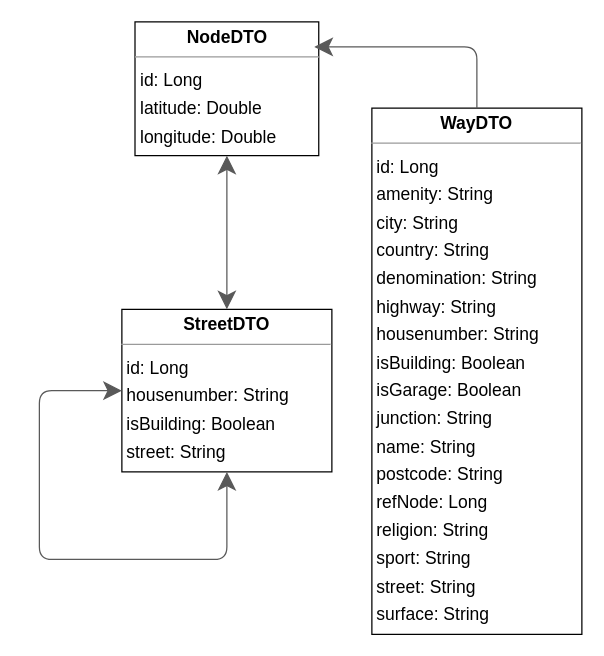
This is src/main/resources/drawio/entityRelation.drawio from alexander-wiltz/osm-pathifinding, a draw.io file, before an edit. Source tidied: cells renumbered, new cells numbered last; positions are measured from the earlier drawing's top-left corner, leaving out a move shared by most shapes. Both pictures are drawn from the tidied source at 125%, with x=0, y=0 at pixel (39, 21).
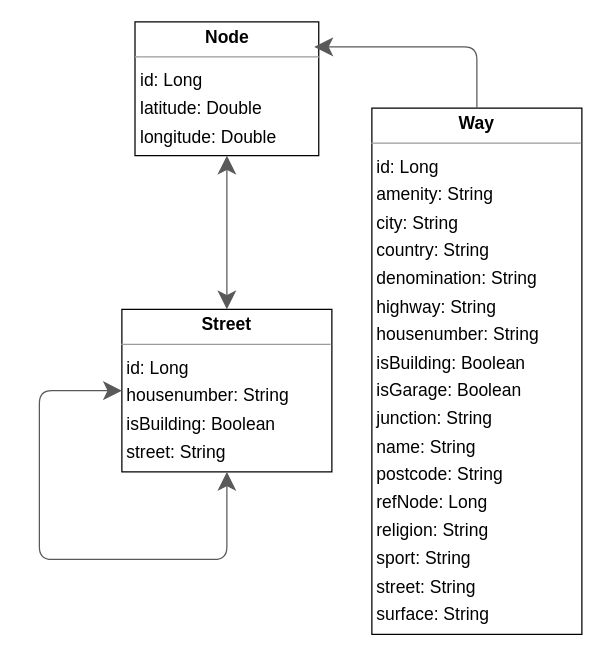
The same page after the edit.

What changed in the source:
```diff
@@
 <mxGraphModel>
   <root>
     <mxCell id="0" />
     <mxCell id="1" parent="0" />
-    <mxCell id="2" value="&lt;p style=&quot;margin:0px;margin-top:4px;text-align:center;&quot;&gt;&lt;b&gt;NodeDTO&lt;/b&gt;&lt;/p&gt;&lt;hr size=&quot;1&quot;/&gt;&lt;p style=&quot;margin:0 0 0 4px;line-height:1.6;&quot;&gt; id:  Long &lt;br/&gt; latitude:  Double &lt;br/&gt; longitude:  Double &lt;/p&gt;" style="verticalAlign=top;align=left;overflow=fill;fontSize=14;fontFamily=Helvetica;html=1;rounded=0;shadow=0;comic=0;labelBackgroundColor=none;strokeWidth=1;" parent="1" vertex="1">
+    <mxCell id="2" value="&lt;p style=&quot;margin:0px;margin-top:4px;text-align:center;&quot;&gt;&lt;b&gt;Node&lt;/b&gt;&lt;/p&gt;&lt;hr size=&quot;1&quot;&gt;&lt;p style=&quot;margin:0 0 0 4px;line-height:1.6;&quot;&gt; id:  Long &lt;br&gt; latitude:  Double &lt;br&gt; longitude:  Double &lt;/p&gt;" style="verticalAlign=top;align=left;overflow=fill;fontSize=14;fontFamily=Helvetica;html=1;rounded=0;shadow=0;comic=0;labelBackgroundColor=none;strokeWidth=1;" parent="1" vertex="1">
       <mxGeometry x="76.5" width="147" height="107" as="geometry" />
     </mxCell>
-    <mxCell id="3" value="&lt;p style=&quot;margin:0px;margin-top:4px;text-align:center;&quot;&gt;&lt;b&gt;StreetDTO&lt;/b&gt;&lt;/p&gt;&lt;hr size=&quot;1&quot;/&gt;&lt;p style=&quot;margin:0 0 0 4px;line-height:1.6;&quot;&gt; id:  Long &lt;br/&gt; housenumber:  String &lt;br/&gt; isBuilding:  Boolean &lt;br/&gt; street:  String &lt;/p&gt;" style="verticalAlign=top;align=left;overflow=fill;fontSize=14;fontFamily=Helvetica;html=1;rounded=0;shadow=0;comic=0;labelBackgroundColor=none;strokeWidth=1;" parent="1" vertex="1">
+    <mxCell id="3" value="&lt;p style=&quot;margin:0px;margin-top:4px;text-align:center;&quot;&gt;&lt;b&gt;Street&lt;/b&gt;&lt;/p&gt;&lt;hr size=&quot;1&quot;&gt;&lt;p style=&quot;margin:0 0 0 4px;line-height:1.6;&quot;&gt; id:  Long &lt;br&gt; housenumber:  String &lt;br&gt; isBuilding:  Boolean &lt;br&gt; street:  String &lt;/p&gt;" style="verticalAlign=top;align=left;overflow=fill;fontSize=14;fontFamily=Helvetica;html=1;rounded=0;shadow=0;comic=0;labelBackgroundColor=none;strokeWidth=1;" parent="1" vertex="1">
       <mxGeometry x="66" y="230" width="168" height="130" as="geometry" />
     </mxCell>
-    <mxCell id="4" value="&lt;p style=&quot;margin:0px;margin-top:4px;text-align:center;&quot;&gt;&lt;b&gt;WayDTO&lt;/b&gt;&lt;/p&gt;&lt;hr size=&quot;1&quot;/&gt;&lt;p style=&quot;margin:0 0 0 4px;line-height:1.6;&quot;&gt; id:  Long &lt;br/&gt; amenity:  String &lt;br/&gt; city:  String &lt;br/&gt; country:  String &lt;br/&gt; denomination:  String &lt;br/&gt; highway:  String &lt;br/&gt; housenumber:  String &lt;br/&gt; isBuilding:  Boolean &lt;br/&gt; isGarage:  Boolean &lt;br/&gt; junction:  String &lt;br/&gt; name:  String &lt;br/&gt; postcode:  String &lt;br/&gt; refNode:  Long &lt;br/&gt; religion:  String &lt;br/&gt; sport:  String &lt;br/&gt; street:  String &lt;br/&gt; surface:  String &lt;/p&gt;" style="verticalAlign=top;align=left;overflow=fill;fontSize=14;fontFamily=Helvetica;html=1;rounded=0;shadow=0;comic=0;labelBackgroundColor=none;strokeWidth=1;" parent="1" vertex="1">
+    <mxCell id="4" value="&lt;p style=&quot;margin:0px;margin-top:4px;text-align:center;&quot;&gt;&lt;b&gt;Way&lt;/b&gt;&lt;/p&gt;&lt;hr size=&quot;1&quot;&gt;&lt;p style=&quot;margin:0 0 0 4px;line-height:1.6;&quot;&gt; id:  Long &lt;br&gt; amenity:  String &lt;br&gt; city:  String &lt;br&gt; country:  String &lt;br&gt; denomination:  String &lt;br&gt; highway:  String &lt;br&gt; housenumber:  String &lt;br&gt; isBuilding:  Boolean &lt;br&gt; isGarage:  Boolean &lt;br&gt; junction:  String &lt;br&gt; name:  String &lt;br&gt; postcode:  String &lt;br&gt; refNode:  Long &lt;br&gt; religion:  String &lt;br&gt; sport:  String &lt;br&gt; street:  String &lt;br&gt; surface:  String &lt;/p&gt;" style="verticalAlign=top;align=left;overflow=fill;fontSize=14;fontFamily=Helvetica;html=1;rounded=0;shadow=0;comic=0;labelBackgroundColor=none;strokeWidth=1;" parent="1" vertex="1">
       <mxGeometry x="266" y="69" width="168" height="421" as="geometry" />
     </mxCell>
     <mxCell id="5" style="html=1;rounded=1;edgeStyle=orthogonalEdgeStyle;dashed=0;startArrow=classic;startSize=12;endArrow=classic;endSize=12;strokeColor=#595959;exitX=0.500;exitY=0.000;exitDx=0;exitDy=0;entryX=0.500;entryY=1.000;entryDx=0;entryDy=0;" parent="1" edge="1" source="3" target="2">
       <mxGeometry relative="1" as="geometry" />
     </mxCell>
     <mxCell id="6" style="html=1;rounded=1;edgeStyle=orthogonalEdgeStyle;dashed=0;startArrow=classic;startSize=12;endArrow=classic;endSize=12;strokeColor=#595959;exitX=0.000;exitY=0.500;exitDx=0;exitDy=0;entryX=0.500;entryY=1.000;entryDx=0;entryDy=0;" parent="1" edge="1" source="3" target="3">
       <mxGeometry relative="1" as="geometry">
         <Array as="points">
           <mxPoint y="295" />
           <mxPoint y="430" />
           <mxPoint x="150" y="430" />
         </Array>
       </mxGeometry>
     </mxCell>
     <mxCell id="7" style="html=1;rounded=1;edgeStyle=orthogonalEdgeStyle;dashed=0;startArrow=none;endArrow=classic;endSize=12;strokeColor=#595959;exitX=0.500;exitY=0.000;exitDx=0;exitDy=0;entryX=0.976;entryY=0.187;entryDx=0;entryDy=0;entryPerimeter=0;" parent="1" edge="1" source="4" target="2">
       <mxGeometry relative="1" as="geometry">
         <Array as="points">
           <mxPoint x="350" y="20" />
         </Array>
       </mxGeometry>
     </mxCell>
   </root>
 </mxGraphModel>
```
